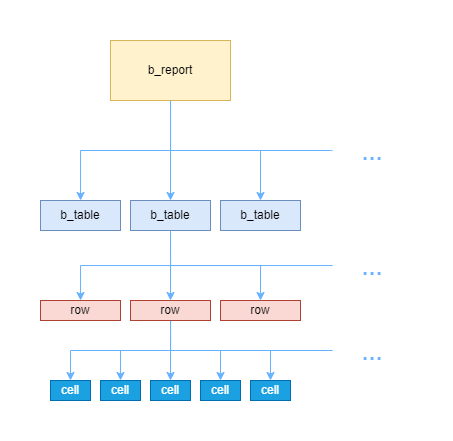
This is .gitbook/assets/b_report_hierarchy.png from OtabekToshkanov/biruni-docs, a draw.io export, as it was before one commit. Source tidied: cells renumbered, new cells last; positions are measured from the earlier drawing's top-left corner, leaving out a move shared by most shapes.
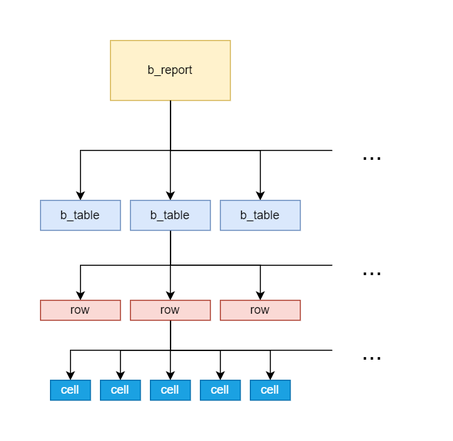
Above is the later version.

What changed in the source:
```diff
@@ -2,13 +2,13 @@
   <root>
     <mxCell id="0" />
     <mxCell id="1" parent="0" />
-    <mxCell id="2" style="edgeStyle=orthogonalEdgeStyle;rounded=0;jettySize=auto;html=1;strokeColor=#66B2FF;" parent="1" edge="1" source="5" target="6">
+    <mxCell id="2" style="edgeStyle=orthogonalEdgeStyle;rounded=0;jettySize=auto;html=1;" parent="1" edge="1" source="5" target="6">
       <mxGeometry relative="1" as="geometry" />
     </mxCell>
-    <mxCell id="3" style="edgeStyle=orthogonalEdgeStyle;rounded=0;jettySize=auto;html=1;entryX=0.5;entryY=0;entryDx=0;entryDy=0;strokeColor=#66B2FF;" parent="1" edge="1" source="5" target="13">
+    <mxCell id="3" style="edgeStyle=orthogonalEdgeStyle;rounded=0;jettySize=auto;html=1;entryX=0.5;entryY=0;entryDx=0;entryDy=0;" parent="1" edge="1" source="5" target="13">
       <mxGeometry relative="1" as="geometry" />
     </mxCell>
-    <mxCell id="4" style="edgeStyle=orthogonalEdgeStyle;rounded=0;jettySize=auto;html=1;entryX=0;entryY=0.5;entryDx=0;entryDy=0;exitX=0.5;exitY=1;exitDx=0;exitDy=0;endArrow=none;startFill=0;strokeColor=#66B2FF;" parent="1" edge="1" source="5" target="14">
+    <mxCell id="4" style="edgeStyle=orthogonalEdgeStyle;rounded=0;jettySize=auto;html=1;entryX=0;entryY=0.5;entryDx=0;entryDy=0;exitX=0.5;exitY=1;exitDx=0;exitDy=0;endArrow=none;startFill=0;" parent="1" edge="1" source="5" target="14">
       <mxGeometry relative="1" as="geometry">
         <Array as="points">
           <mxPoint x="130" y="110" />
@@ -22,19 +22,19 @@
     <mxCell id="6" value="b_table" style="whiteSpace=wrap;html=1;fillColor=#dae8fc;strokeColor=#6c8ebf;" parent="1" vertex="1">
       <mxGeometry y="160" width="80" height="30" as="geometry" />
     </mxCell>
-    <mxCell id="7" style="edgeStyle=orthogonalEdgeStyle;rounded=0;jettySize=auto;html=1;exitX=0.5;exitY=1;exitDx=0;exitDy=0;strokeColor=#66B2FF;" parent="1" edge="1" source="5" target="12">
+    <mxCell id="7" style="edgeStyle=orthogonalEdgeStyle;rounded=0;jettySize=auto;html=1;exitX=0.5;exitY=1;exitDx=0;exitDy=0;" parent="1" edge="1" source="5" target="12">
       <mxGeometry relative="1" as="geometry" />
     </mxCell>
-    <mxCell id="8" style="edgeStyle=orthogonalEdgeStyle;rounded=0;jettySize=auto;html=1;exitX=0.5;exitY=1;exitDx=0;exitDy=0;strokeColor=#66B2FF;" parent="1" edge="1" source="12" target="15">
+    <mxCell id="8" style="edgeStyle=orthogonalEdgeStyle;rounded=0;jettySize=auto;html=1;exitX=0.5;exitY=1;exitDx=0;exitDy=0;" parent="1" edge="1" source="12" target="15">
       <mxGeometry relative="1" as="geometry" />
     </mxCell>
-    <mxCell id="9" style="edgeStyle=orthogonalEdgeStyle;rounded=0;jettySize=auto;html=1;entryX=0.5;entryY=0;entryDx=0;entryDy=0;strokeColor=#66B2FF;" parent="1" edge="1" source="12" target="22">
+    <mxCell id="9" style="edgeStyle=orthogonalEdgeStyle;rounded=0;jettySize=auto;html=1;entryX=0.5;entryY=0;entryDx=0;entryDy=0;" parent="1" edge="1" source="12" target="22">
       <mxGeometry relative="1" as="geometry" />
     </mxCell>
-    <mxCell id="10" style="edgeStyle=orthogonalEdgeStyle;rounded=0;jettySize=auto;html=1;entryX=0.5;entryY=0;entryDx=0;entryDy=0;exitX=0.5;exitY=1;exitDx=0;exitDy=0;strokeColor=#66B2FF;" parent="1" edge="1" source="12" target="23">
+    <mxCell id="10" style="edgeStyle=orthogonalEdgeStyle;rounded=0;jettySize=auto;html=1;entryX=0.5;entryY=0;entryDx=0;entryDy=0;exitX=0.5;exitY=1;exitDx=0;exitDy=0;" parent="1" edge="1" source="12" target="23">
       <mxGeometry relative="1" as="geometry" />
     </mxCell>
-    <mxCell id="11" style="edgeStyle=orthogonalEdgeStyle;rounded=0;jettySize=auto;html=1;exitX=0.5;exitY=1;exitDx=0;exitDy=0;entryX=0;entryY=0.5;entryDx=0;entryDy=0;endArrow=none;startFill=0;strokeColor=#66B2FF;" parent="1" edge="1" source="12" target="24">
+    <mxCell id="11" style="edgeStyle=orthogonalEdgeStyle;rounded=0;jettySize=auto;html=1;exitX=0.5;exitY=1;exitDx=0;exitDy=0;entryX=0;entryY=0.5;entryDx=0;entryDy=0;endArrow=none;startFill=0;" parent="1" edge="1" source="12" target="24">
       <mxGeometry relative="1" as="geometry">
         <Array as="points">
           <mxPoint x="130" y="225" />
@@ -48,28 +48,28 @@
     <mxCell id="13" value="b_table" style="whiteSpace=wrap;html=1;fillColor=#dae8fc;strokeColor=#6c8ebf;" parent="1" vertex="1">
       <mxGeometry x="180" y="160" width="80" height="30" as="geometry" />
     </mxCell>
-    <mxCell id="14" value="&lt;font style=&quot;font-size: 25px;&quot;&gt;...&lt;/font&gt;" style="whiteSpace=wrap;html=1;strokeColor=none;fillColor=none;fontColor=#66B2FF;" parent="1" vertex="1">
+    <mxCell id="14" value="&lt;font style=&quot;font-size: 25px;&quot;&gt;...&lt;/font&gt;" style="whiteSpace=wrap;html=1;strokeColor=none;fillColor=none;" parent="1" vertex="1">
       <mxGeometry x="292" y="95" width="80" height="30" as="geometry" />
     </mxCell>
     <mxCell id="15" value="row" style="whiteSpace=wrap;html=1;fillColor=#fad9d5;strokeColor=#ae4132;" parent="1" vertex="1">
       <mxGeometry y="260" width="80" height="20" as="geometry" />
     </mxCell>
-    <mxCell id="16" style="edgeStyle=orthogonalEdgeStyle;rounded=0;jettySize=auto;html=1;entryX=0.5;entryY=0;entryDx=0;entryDy=0;exitX=0.5;exitY=1;exitDx=0;exitDy=0;strokeColor=#66B2FF;" parent="1" edge="1" source="22" target="25">
+    <mxCell id="16" style="edgeStyle=orthogonalEdgeStyle;rounded=0;jettySize=auto;html=1;entryX=0.5;entryY=0;entryDx=0;entryDy=0;exitX=0.5;exitY=1;exitDx=0;exitDy=0;" parent="1" edge="1" source="22" target="25">
       <mxGeometry relative="1" as="geometry" />
     </mxCell>
-    <mxCell id="17" style="edgeStyle=orthogonalEdgeStyle;rounded=0;jettySize=auto;html=1;entryX=0.5;entryY=0;entryDx=0;entryDy=0;strokeColor=#66B2FF;" parent="1" edge="1" source="22" target="26">
+    <mxCell id="17" style="edgeStyle=orthogonalEdgeStyle;rounded=0;jettySize=auto;html=1;entryX=0.5;entryY=0;entryDx=0;entryDy=0;" parent="1" edge="1" source="22" target="26">
       <mxGeometry relative="1" as="geometry" />
     </mxCell>
-    <mxCell id="18" style="edgeStyle=orthogonalEdgeStyle;rounded=0;jettySize=auto;html=1;entryX=0.5;entryY=0;entryDx=0;entryDy=0;strokeColor=#66B2FF;" parent="1" edge="1" source="22" target="27">
+    <mxCell id="18" style="edgeStyle=orthogonalEdgeStyle;rounded=0;jettySize=auto;html=1;entryX=0.5;entryY=0;entryDx=0;entryDy=0;" parent="1" edge="1" source="22" target="27">
       <mxGeometry relative="1" as="geometry" />
     </mxCell>
-    <mxCell id="19" style="edgeStyle=orthogonalEdgeStyle;rounded=0;jettySize=auto;html=1;entryX=0.5;entryY=0;entryDx=0;entryDy=0;strokeColor=#66B2FF;" parent="1" edge="1" source="22" target="28">
+    <mxCell id="19" style="edgeStyle=orthogonalEdgeStyle;rounded=0;jettySize=auto;html=1;entryX=0.5;entryY=0;entryDx=0;entryDy=0;" parent="1" edge="1" source="22" target="28">
       <mxGeometry relative="1" as="geometry" />
     </mxCell>
-    <mxCell id="20" style="edgeStyle=orthogonalEdgeStyle;rounded=0;jettySize=auto;html=1;entryX=0.5;entryY=0;entryDx=0;entryDy=0;exitX=0.5;exitY=1;exitDx=0;exitDy=0;strokeColor=#66B2FF;" parent="1" edge="1" source="22" target="29">
+    <mxCell id="20" style="edgeStyle=orthogonalEdgeStyle;rounded=0;jettySize=auto;html=1;entryX=0.5;entryY=0;entryDx=0;entryDy=0;exitX=0.5;exitY=1;exitDx=0;exitDy=0;" parent="1" edge="1" source="22" target="29">
       <mxGeometry relative="1" as="geometry" />
     </mxCell>
-    <mxCell id="21" style="edgeStyle=orthogonalEdgeStyle;rounded=0;jettySize=auto;html=1;entryX=0;entryY=0.5;entryDx=0;entryDy=0;exitX=0.5;exitY=1;exitDx=0;exitDy=0;endArrow=none;startFill=0;flowAnimation=0;shadow=0;strokeColor=#66B2FF;" parent="1" edge="1" source="22" target="30">
+    <mxCell id="21" style="edgeStyle=orthogonalEdgeStyle;rounded=0;jettySize=auto;html=1;entryX=0;entryY=0.5;entryDx=0;entryDy=0;exitX=0.5;exitY=1;exitDx=0;exitDy=0;endArrow=none;startFill=0;flowAnimation=0;shadow=0;" parent="1" edge="1" source="22" target="30">
       <mxGeometry relative="1" as="geometry" />
     </mxCell>
     <mxCell id="22" value="row" style="whiteSpace=wrap;html=1;fillColor=#fad9d5;strokeColor=#ae4132;" parent="1" vertex="1">
@@ -78,7 +78,7 @@
     <mxCell id="23" value="row" style="whiteSpace=wrap;html=1;fillColor=#fad9d5;strokeColor=#ae4132;" parent="1" vertex="1">
       <mxGeometry x="180" y="260" width="80" height="20" as="geometry" />
     </mxCell>
-    <mxCell id="24" value="&lt;font style=&quot;font-size: 25px;&quot;&gt;...&lt;/font&gt;" style="whiteSpace=wrap;html=1;strokeColor=none;fillColor=none;fontColor=#66B2FF;" parent="1" vertex="1">
+    <mxCell id="24" value="&lt;font style=&quot;font-size: 25px;&quot;&gt;...&lt;/font&gt;" style="whiteSpace=wrap;html=1;strokeColor=none;fillColor=none;" parent="1" vertex="1">
       <mxGeometry x="292" y="215" width="80" height="20" as="geometry" />
     </mxCell>
     <mxCell id="25" value="cell" style="whiteSpace=wrap;html=1;fillColor=#1ba1e2;strokeColor=#006EAF;fontColor=#ffffff;" parent="1" vertex="1">
@@ -96,7 +96,7 @@
     <mxCell id="29" value="cell" style="whiteSpace=wrap;html=1;fillColor=#1ba1e2;strokeColor=#006EAF;fontColor=#ffffff;" parent="1" vertex="1">
       <mxGeometry x="210" y="340" width="40" height="20" as="geometry" />
     </mxCell>
-    <mxCell id="30" value="&lt;font style=&quot;font-size: 25px;&quot;&gt;...&lt;/font&gt;" style="whiteSpace=wrap;html=1;strokeColor=none;fillColor=none;fontColor=#66B2FF;" parent="1" vertex="1">
+    <mxCell id="30" value="&lt;font style=&quot;font-size: 25px;&quot;&gt;...&lt;/font&gt;" style="whiteSpace=wrap;html=1;strokeColor=none;fillColor=none;" parent="1" vertex="1">
       <mxGeometry x="292" y="300" width="80" height="20" as="geometry" />
     </mxCell>
   </root>
```
